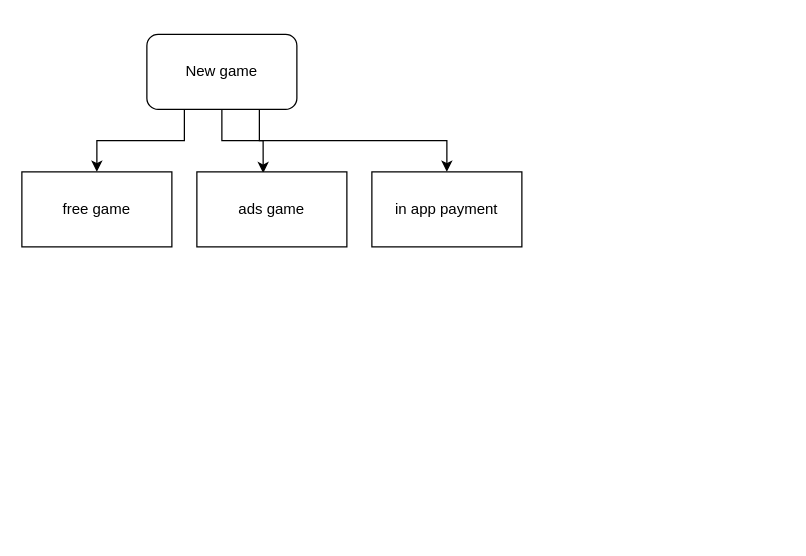
This is Untitled Diagram.drawio from beyazcreative/Library, a draw.io file, before an edit. Source tidied: cells renumbered, new cells numbered last; positions are measured from the earlier drawing's top-left corner, leaving out a move shared by most shapes. Both pictures are drawn from the tidied source at 125%, with x=0, y=0 at pixel (21, 34).
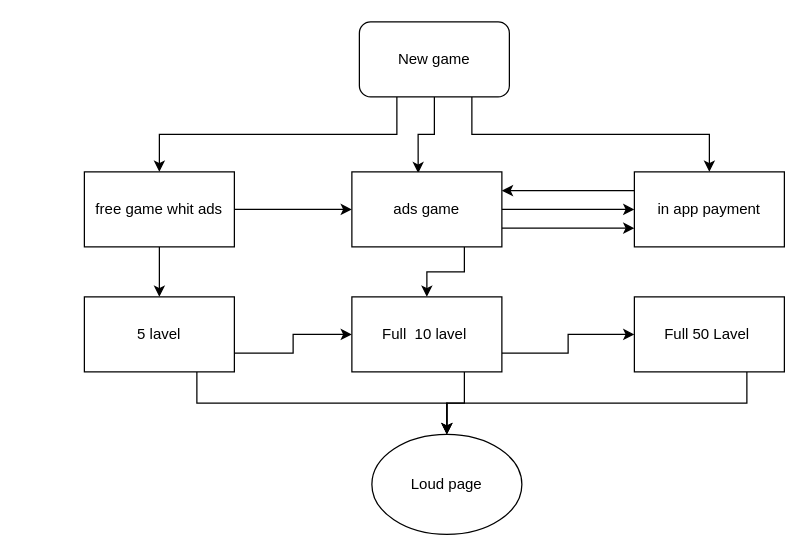
After the change.

Change to the diagram source:
```diff
@@
     <mxCell id="5" value="New game" style="rounded=1;whiteSpace=wrap;html=1;" parent="1" vertex="1">
-      <mxGeometry x="100" width="120" height="60" as="geometry" />
+      <mxGeometry x="270" y="-10" width="120" height="60" as="geometry" />
     </mxCell>
+    <mxCell id="9" style="edgeStyle=orthogonalEdgeStyle;rounded=0;jettySize=auto;html=1;exitX=0.5;exitY=1;exitDx=0;exitDy=0;" parent="1" edge="1" source="6" target="17">
+      <mxGeometry relative="1" as="geometry" />
+    </mxCell>
+    <mxCell id="10" style="edgeStyle=orthogonalEdgeStyle;rounded=0;jettySize=auto;html=1;exitX=1;exitY=0.5;exitDx=0;exitDy=0;entryX=0;entryY=0.5;entryDx=0;entryDy=0;" parent="1" edge="1" source="6" target="7">
+      <mxGeometry relative="1" as="geometry" />
+    </mxCell>
-    <mxCell id="6" value="free game" style="rounded=0;whiteSpace=wrap;html=1;" parent="1" vertex="1">
-      <mxGeometry y="110" width="120" height="60" as="geometry" />
+    <mxCell id="6" value="free game whit ads" style="rounded=0;whiteSpace=wrap;html=1;" parent="1" vertex="1">
+      <mxGeometry x="50" y="110" width="120" height="60" as="geometry" />
     </mxCell>
+    <mxCell id="11" style="edgeStyle=orthogonalEdgeStyle;rounded=0;jettySize=auto;html=1;exitX=1;exitY=0.5;exitDx=0;exitDy=0;" parent="1" edge="1" source="7" target="8">
+      <mxGeometry relative="1" as="geometry" />
+    </mxCell>
+    <mxCell id="12" style="edgeStyle=orthogonalEdgeStyle;rounded=0;jettySize=auto;html=1;exitX=1;exitY=0.75;exitDx=0;exitDy=0;entryX=0;entryY=0.75;entryDx=0;entryDy=0;" parent="1" edge="1" source="7" target="8">
+      <mxGeometry relative="1" as="geometry" />
+    </mxCell>
+    <mxCell id="13" style="edgeStyle=orthogonalEdgeStyle;rounded=0;jettySize=auto;html=1;exitX=0.75;exitY=1;exitDx=0;exitDy=0;entryX=0.5;entryY=0;entryDx=0;entryDy=0;" parent="1" edge="1" source="7" target="20">
+      <mxGeometry relative="1" as="geometry" />
+    </mxCell>
     <mxCell id="7" value="ads game" style="rounded=0;whiteSpace=wrap;html=1;" parent="1" vertex="1">
-      <mxGeometry x="140" y="110" width="120" height="60" as="geometry" />
+      <mxGeometry x="264" y="110" width="120" height="60" as="geometry" />
     </mxCell>
+    <mxCell id="14" style="edgeStyle=orthogonalEdgeStyle;rounded=0;jettySize=auto;html=1;exitX=0;exitY=0.25;exitDx=0;exitDy=0;entryX=1;entryY=0.25;entryDx=0;entryDy=0;" parent="1" edge="1" source="8" target="7">
+      <mxGeometry relative="1" as="geometry" />
+    </mxCell>
     <mxCell id="8" value="in app payment" style="rounded=0;whiteSpace=wrap;html=1;" parent="1" vertex="1">
-      <mxGeometry x="280" y="110" width="120" height="60" as="geometry" />
+      <mxGeometry x="490" y="110" width="120" height="60" as="geometry" />
     </mxCell>
+    <mxCell id="15" style="edgeStyle=orthogonalEdgeStyle;rounded=0;jettySize=auto;html=1;exitX=1;exitY=0.75;exitDx=0;exitDy=0;entryX=0;entryY=0.5;entryDx=0;entryDy=0;" parent="1" edge="1" source="17" target="20">
+      <mxGeometry relative="1" as="geometry" />
+    </mxCell>
+    <mxCell id="16" style="edgeStyle=orthogonalEdgeStyle;rounded=0;jettySize=auto;html=1;exitX=0.75;exitY=1;exitDx=0;exitDy=0;" parent="1" edge="1" source="17" target="23">
+      <mxGeometry relative="1" as="geometry" />
+    </mxCell>
+    <mxCell id="17" value="5 lavel" style="rounded=0;whiteSpace=wrap;html=1;" parent="1" vertex="1">
+      <mxGeometry x="50" y="210" width="120" height="60" as="geometry" />
+    </mxCell>
+    <mxCell id="18" style="edgeStyle=orthogonalEdgeStyle;rounded=0;jettySize=auto;html=1;exitX=1;exitY=0.75;exitDx=0;exitDy=0;entryX=0;entryY=0.5;entryDx=0;entryDy=0;" parent="1" edge="1" source="20" target="22">
+      <mxGeometry relative="1" as="geometry" />
+    </mxCell>
+    <mxCell id="19" style="edgeStyle=orthogonalEdgeStyle;rounded=0;jettySize=auto;html=1;exitX=0.75;exitY=1;exitDx=0;exitDy=0;entryX=0.5;entryY=0;entryDx=0;entryDy=0;" parent="1" edge="1" source="20" target="23">
+      <mxGeometry relative="1" as="geometry" />
+    </mxCell>
+    <mxCell id="20" value="Full&amp;nbsp; 10 lavel&amp;nbsp;" style="rounded=0;whiteSpace=wrap;html=1;" parent="1" vertex="1">
+      <mxGeometry x="264" y="210" width="120" height="60" as="geometry" />
+    </mxCell>
+    <mxCell id="21" style="edgeStyle=orthogonalEdgeStyle;rounded=0;jettySize=auto;html=1;exitX=0.75;exitY=1;exitDx=0;exitDy=0;entryX=0.5;entryY=0;entryDx=0;entryDy=0;" parent="1" edge="1" source="22" target="23">
+      <mxGeometry relative="1" as="geometry" />
+    </mxCell>
+    <mxCell id="22" value="Full 50 Lavel&amp;nbsp;" style="rounded=0;whiteSpace=wrap;html=1;" parent="1" vertex="1">
+      <mxGeometry x="490" y="210" width="120" height="60" as="geometry" />
+    </mxCell>
+    <mxCell id="23" value="Loud page" style="ellipse;whiteSpace=wrap;html=1;" parent="1" vertex="1">
+      <mxGeometry x="280" y="320" width="120" height="80" as="geometry" />
+    </mxCell>
```
